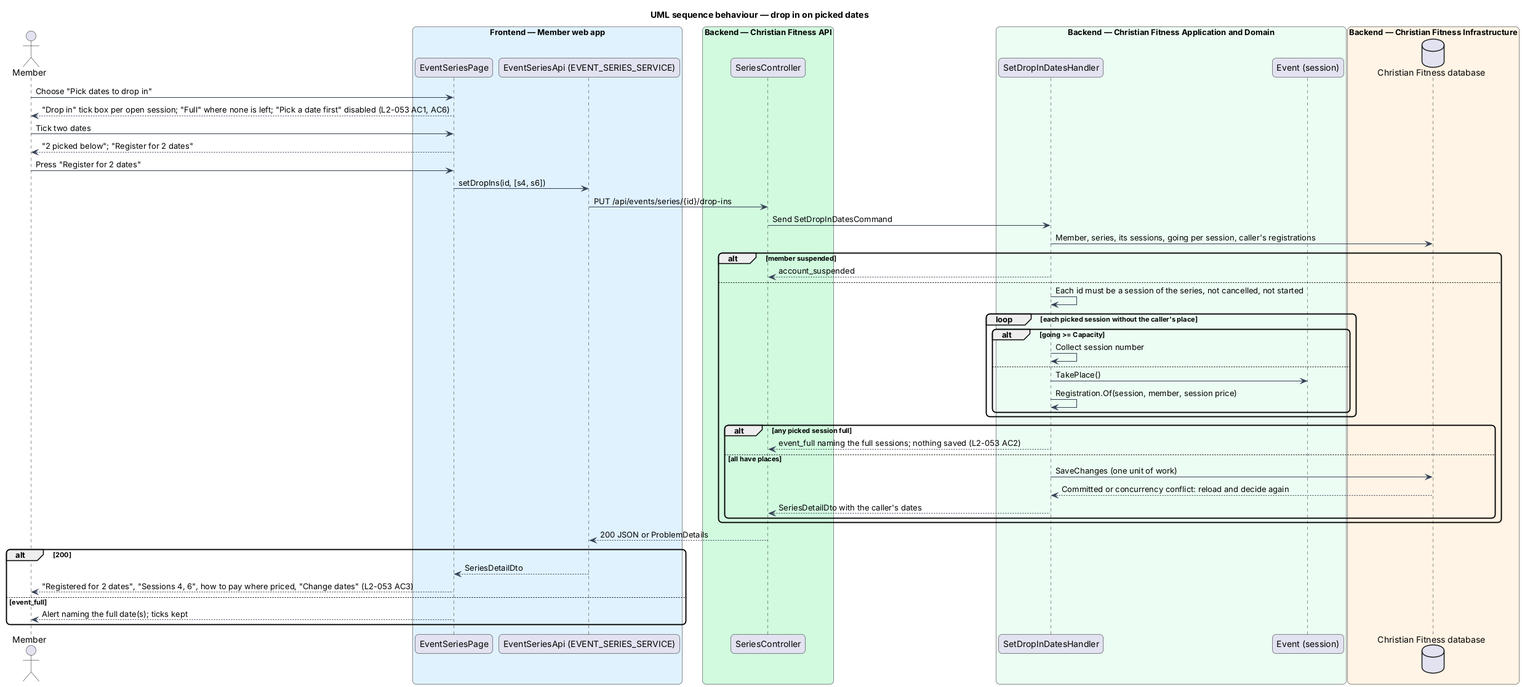
The PlantUML diagram docs/detailed-designs/events/drop-in-on-series-dates/diagrams/sequence-drop-in.png in QuinntyneBrown/christian-fitness, before a commit.
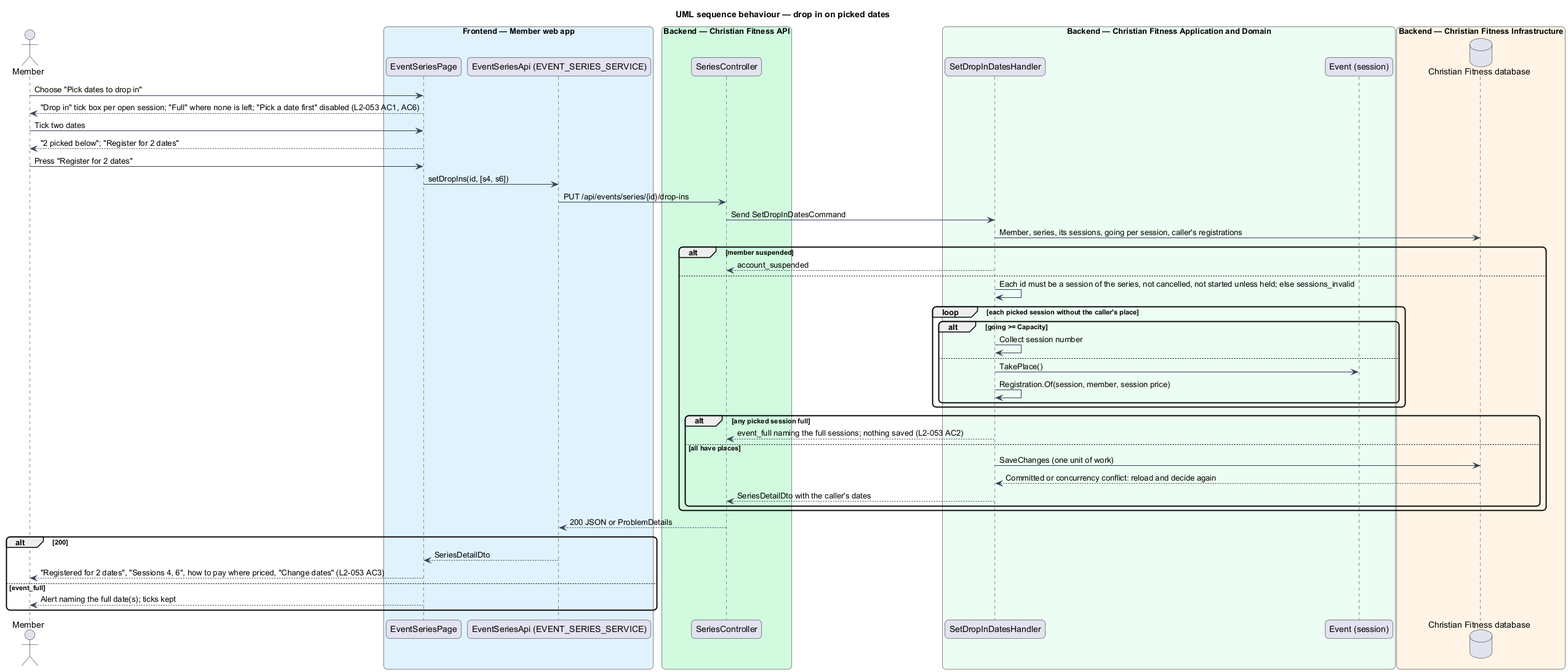
After the commit.

The edit, as a diff of the source:
```diff
@@ -32,7 +32,7 @@
 alt member suspended
   h --> ctrl : account_suspended
 else
-  h -> h : Each id must be a session of the series, not cancelled, not started
+  h -> h : Each id must be a session of the series, not cancelled, not started unless held; else sessions_invalid
   loop each picked session without the caller's place
     alt going >= Capacity
       h -> h : Collect session number
```
